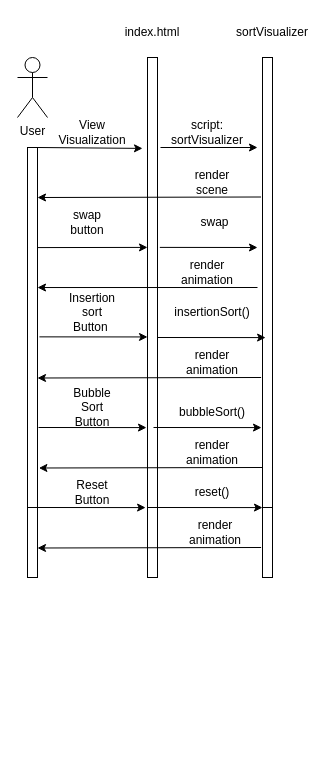
Above: Sequence Diagram it2.drawio in beep-sl/COS430SEProject (draw.io), before the change. Source tidied: cells renumbered, new cells numbered last; positions are measured from the earlier drawing's top-left corner, leaving out a move shared by most shapes. Both pictures are drawn from the tidied source at 100%, with x=0, y=0 at pixel (17, 17).
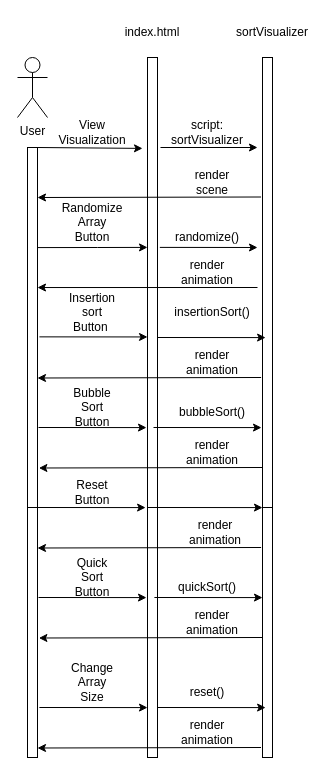
The same diagram, later.

Unchanged cells that the change refers to:
```xml
<mxCell id="3" style="rounded=0;whiteSpace=wrap;html=1;" parent="1" vertex="1">
  <mxGeometry x="10" y="130" width="10" height="360" as="geometry" />
</mxCell>
<mxCell id="4" style="rounded=0;whiteSpace=wrap;html=1;" parent="1" vertex="1">
  <mxGeometry x="130" y="40" width="10" height="450" as="geometry" />
</mxCell>
```

Change to the diagram source:
```diff
@@
     <mxCell id="14" style="endArrow=classic;html=1;rounded=0;entryX=0;entryY=0.422;entryDx=0;entryDy=0;entryPerimeter=0;exitX=1;exitY=0.278;exitDx=0;exitDy=0;exitPerimeter=0;" parent="1" edge="1" source="3" target="4">
-      <mxGeometry relative="1" as="geometry" />
+      <mxGeometry relative="1" as="geometry">
+        <Array as="points">
+          <mxPoint x="80" y="230" />
+        </Array>
+      </mxGeometry>
     </mxCell>
-    <mxCell id="15" value="swap button" style="text;html=1;strokeColor=none;fillColor=none;align=center;verticalAlign=middle;whiteSpace=wrap;rounded=0;" parent="1" vertex="1">
-      <mxGeometry x="40" y="190" width="60" height="30" as="geometry" />
-    </mxCell>
@@
-    <mxCell id="17" value="swap" style="text;html=1;strokeColor=none;fillColor=none;align=center;verticalAlign=middle;whiteSpace=wrap;rounded=0;" parent="1" vertex="1">
-      <mxGeometry x="170" y="190" width="55" height="30" as="geometry" />
-    </mxCell>
@@
     <mxCell id="33" value="reset()" style="text;html=1;strokeColor=none;fillColor=none;align=center;verticalAlign=middle;whiteSpace=wrap;rounded=0;fontColor=#000000;" parent="1" vertex="1">
-      <mxGeometry x="165" y="460" width="60" height="30" as="geometry" />
+      <mxGeometry x="160" y="660" width="60" height="30" as="geometry" />
     </mxCell>
     <mxCell id="34" style="rounded=0;whiteSpace=wrap;html=1;" parent="1" vertex="1">
-      <mxGeometry x="10" y="490" width="10" height="70" as="geometry" />
+      <mxGeometry x="10" y="490" width="10" height="250" as="geometry" />
     </mxCell>
     <mxCell id="35" style="rounded=0;whiteSpace=wrap;html=1;" parent="1" vertex="1">
-      <mxGeometry x="130" y="490" width="10" height="70" as="geometry" />
+      <mxGeometry x="130" y="490" width="10" height="250" as="geometry" />
     </mxCell>
     <mxCell id="36" style="rounded=0;whiteSpace=wrap;html=1;" parent="1" vertex="1">
-      <mxGeometry x="245" y="490" width="10" height="70" as="geometry" />
+      <mxGeometry x="245" y="490" width="10" height="250" as="geometry" />
     </mxCell>
@@
+    <mxCell id="41" value="Randomize&lt;br&gt;Array&lt;br&gt;Button" style="text;html=1;strokeColor=none;fillColor=none;align=center;verticalAlign=middle;whiteSpace=wrap;rounded=0;fontColor=#000000;" parent="1" vertex="1">
+      <mxGeometry x="45" y="180" width="60" height="50" as="geometry" />
+    </mxCell>
+    <mxCell id="42" value="randomize()" style="text;html=1;strokeColor=none;fillColor=none;align=center;verticalAlign=middle;whiteSpace=wrap;rounded=0;fontColor=#000000;" parent="1" vertex="1">
+      <mxGeometry x="160" y="210" width="60" height="20" as="geometry" />
+    </mxCell>
+    <mxCell id="43" style="endArrow=classic;html=1;rounded=0;fontColor=#000000;exitX=1.192;exitY=0.526;exitDx=0;exitDy=0;exitPerimeter=0;entryX=0;entryY=0.621;entryDx=0;entryDy=0;entryPerimeter=0;" parent="1" edge="1">
+      <mxGeometry relative="1" as="geometry">
+        <mxPoint x="21" y="580" as="sourcePoint" />
+        <mxPoint x="129" y="580.1" as="targetPoint" />
+      </mxGeometry>
+    </mxCell>
+    <mxCell id="44" style="endArrow=classic;html=1;rounded=0;fontColor=#000000;exitX=1.192;exitY=0.526;exitDx=0;exitDy=0;exitPerimeter=0;entryX=0;entryY=0.621;entryDx=0;entryDy=0;entryPerimeter=0;" parent="1" edge="1">
+      <mxGeometry relative="1" as="geometry">
+        <mxPoint x="140" y="690" as="sourcePoint" />
+        <mxPoint x="248.1" y="690.1" as="targetPoint" />
+      </mxGeometry>
+    </mxCell>
+    <mxCell id="45" style="endArrow=classic;html=1;rounded=0;fontColor=#000000;exitX=1.192;exitY=0.526;exitDx=0;exitDy=0;exitPerimeter=0;entryX=0;entryY=0.621;entryDx=0;entryDy=0;entryPerimeter=0;" parent="1" edge="1">
+      <mxGeometry relative="1" as="geometry">
+        <mxPoint x="21.9" y="690" as="sourcePoint" />
+        <mxPoint x="130" y="690.1" as="targetPoint" />
+      </mxGeometry>
+    </mxCell>
+    <mxCell id="46" style="endArrow=classic;html=1;rounded=0;fontColor=#000000;exitX=1.192;exitY=0.526;exitDx=0;exitDy=0;exitPerimeter=0;entryX=0;entryY=0.621;entryDx=0;entryDy=0;entryPerimeter=0;" parent="1" edge="1">
+      <mxGeometry relative="1" as="geometry">
+        <mxPoint x="136.9" y="580" as="sourcePoint" />
+        <mxPoint x="245" y="580.1" as="targetPoint" />
+      </mxGeometry>
+    </mxCell>
+    <mxCell id="47" style="endArrow=classic;html=1;rounded=0;exitX=-0.145;exitY=0.31;exitDx=0;exitDy=0;exitPerimeter=0;" parent="1" edge="1">
+      <mxGeometry relative="1" as="geometry">
+        <mxPoint x="245" y="620" as="sourcePoint" />
+        <mxPoint x="21.4" y="620.5" as="targetPoint" />
+      </mxGeometry>
+    </mxCell>
+    <mxCell id="48" value="Quick&lt;br&gt;Sort&lt;br&gt;Button" style="text;html=1;strokeColor=none;fillColor=none;align=center;verticalAlign=middle;whiteSpace=wrap;rounded=0;fontColor=#000000;" parent="1" vertex="1">
+      <mxGeometry x="45" y="540" width="60" height="40" as="geometry" />
+    </mxCell>
+    <mxCell id="49" value="quickSort()" style="text;html=1;strokeColor=none;fillColor=none;align=center;verticalAlign=middle;whiteSpace=wrap;rounded=0;fontColor=#000000;" parent="1" vertex="1">
+      <mxGeometry x="160" y="560" width="60" height="20" as="geometry" />
+    </mxCell>
+    <mxCell id="50" value="render&lt;br&gt;&lt;div&gt;animation&lt;/div&gt;" style="text;html=1;strokeColor=none;fillColor=none;align=center;verticalAlign=middle;whiteSpace=wrap;rounded=0;" parent="1" vertex="1">
+      <mxGeometry x="165" y="590" width="60" height="30" as="geometry" />
+    </mxCell>
+    <mxCell id="51" value="Change Array&lt;br&gt;Size" style="text;html=1;strokeColor=none;fillColor=none;align=center;verticalAlign=middle;whiteSpace=wrap;rounded=0;fontColor=#000000;" parent="1" vertex="1">
+      <mxGeometry x="45" y="640" width="60" height="50" as="geometry" />
+    </mxCell>
+    <mxCell id="52" style="endArrow=classic;html=1;rounded=0;exitX=-0.145;exitY=0.31;exitDx=0;exitDy=0;exitPerimeter=0;" parent="1" edge="1">
+      <mxGeometry relative="1" as="geometry">
+        <mxPoint x="243.5" y="730" as="sourcePoint" />
+        <mxPoint x="20" y="730.5" as="targetPoint" />
+      </mxGeometry>
+    </mxCell>
+    <mxCell id="53" value="render&lt;br&gt;&lt;div&gt;animation&lt;/div&gt;" style="text;html=1;strokeColor=none;fillColor=none;align=center;verticalAlign=middle;whiteSpace=wrap;rounded=0;" parent="1" vertex="1">
+      <mxGeometry x="160" y="700" width="60" height="30" as="geometry" />
+    </mxCell>
```
